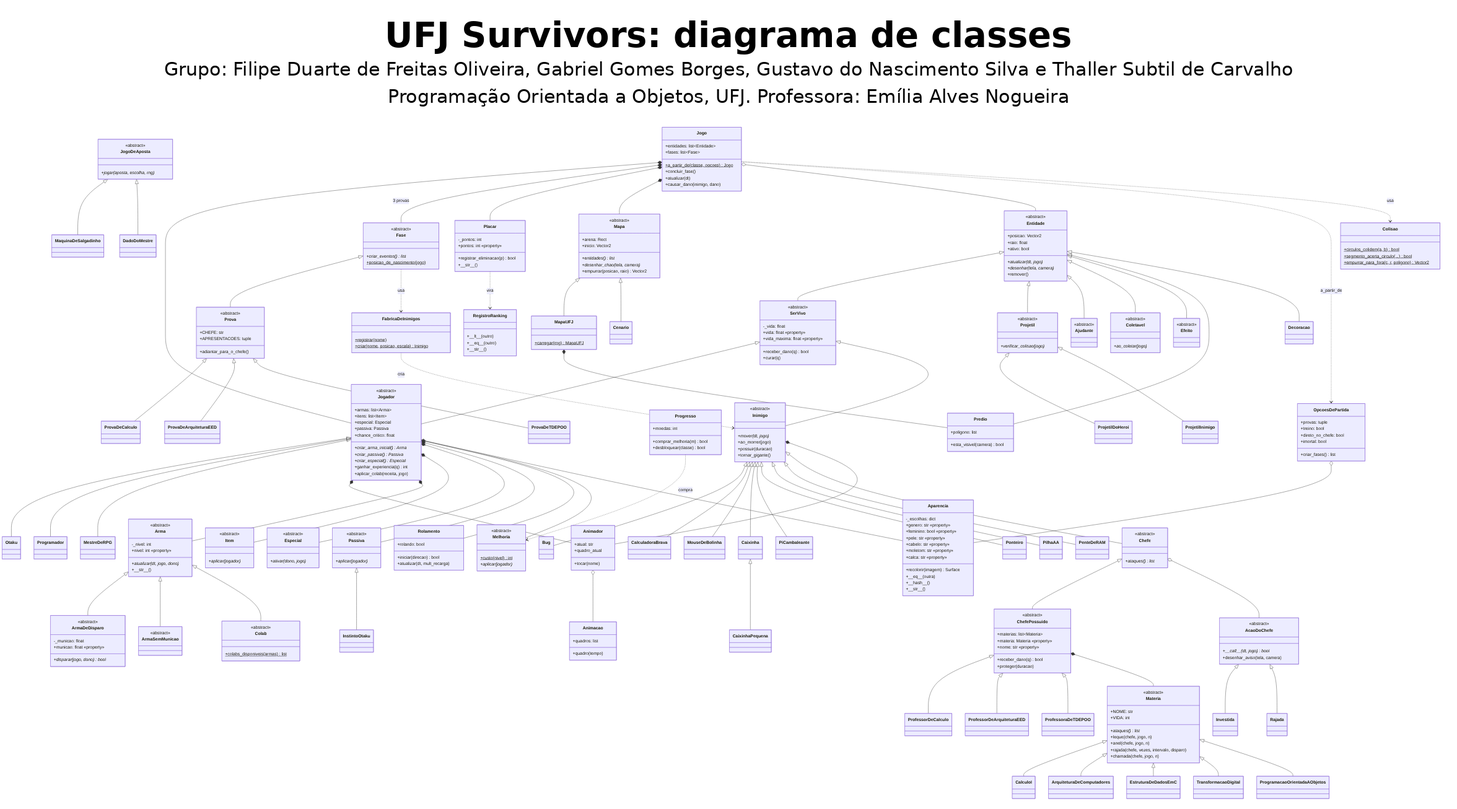
Earlier version of the Mermaid export docs/entregas/diagrama_classes.png (thallersubtil/UFJ-Survivors). Its source is kept beside it as docs/diagrama_classes.mmd.
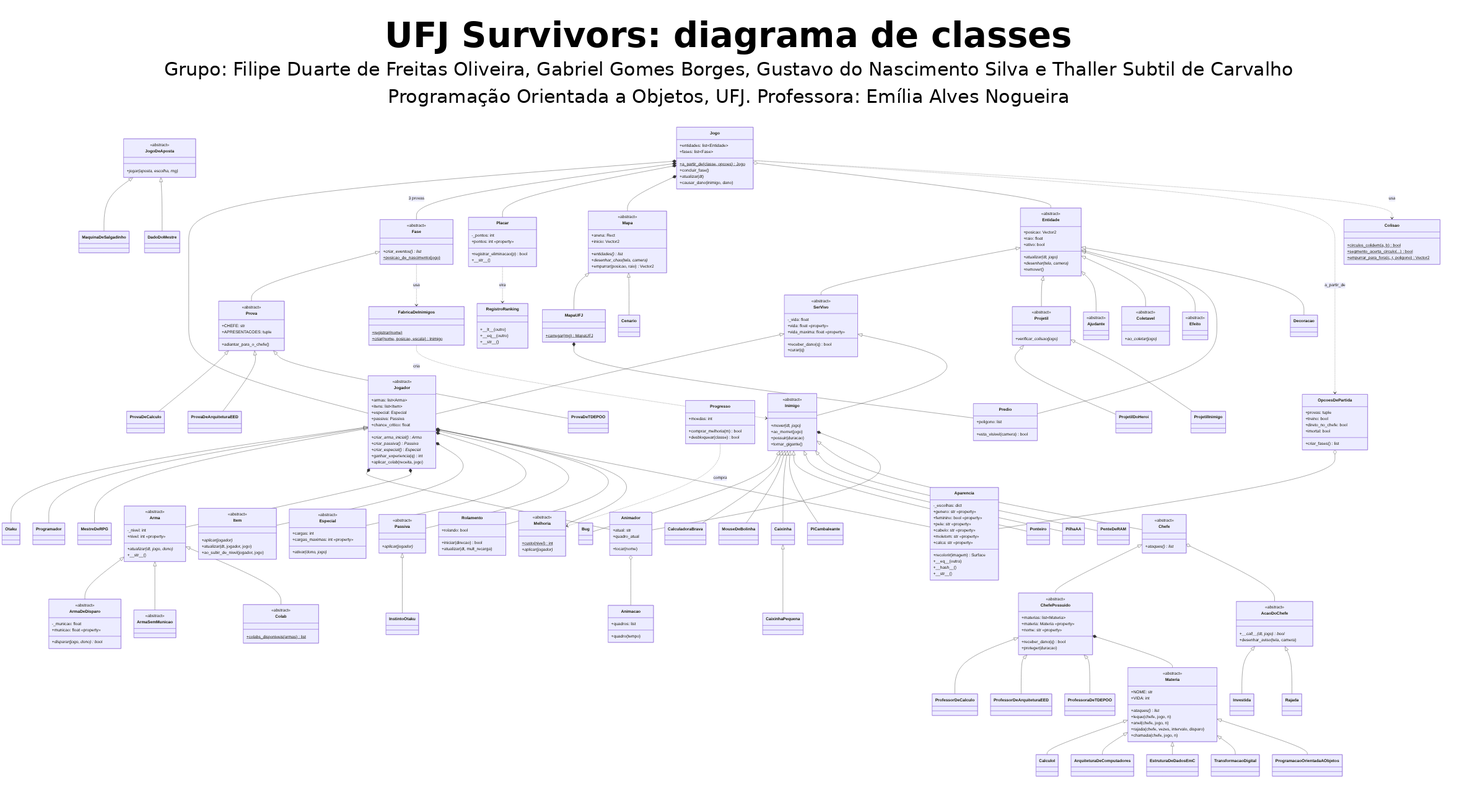
After the commit.

Diff of the diagram source:
```diff
@@ -125,9 +125,13 @@
     class Item {
         <<abstract>>
         +aplicar(jogador)*
+        +atualizar(dt, jogador, jogo)
+        +ao_subir_de_nivel(jogador, jogo)
     }
     class Especial {
         <<abstract>>
+        +cargas: int
+        +cargas_maximas: int «property»
         +ativar(dono, jogo)*
     }
     class Passiva {
```
